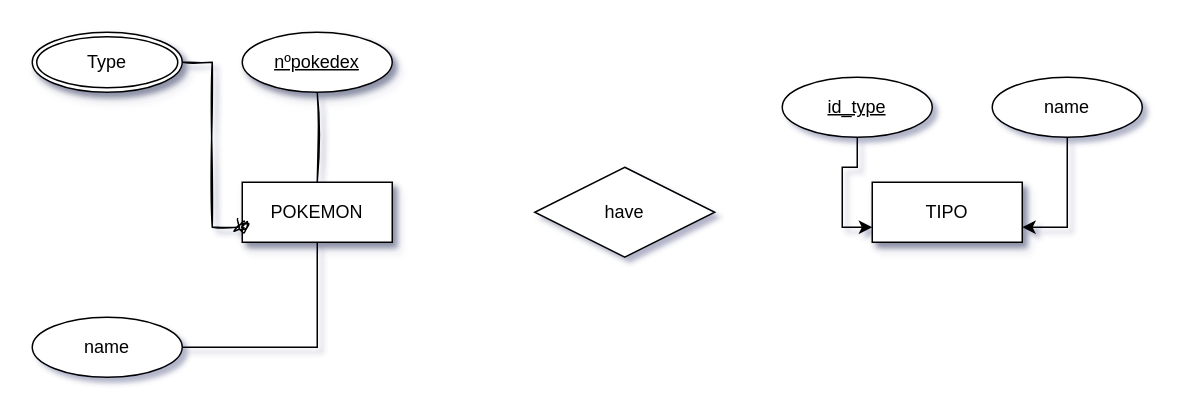
Before: POKEAPI(ER).drawio in Mharis13/Draw.io, a draw.io diagram. Source tidied: cells renumbered, new cells numbered last; positions are measured from the earlier drawing's top-left corner, leaving out a move shared by most shapes. Both pictures are drawn from the tidied source at 150%, with x=0, y=0 at pixel (32, 32).
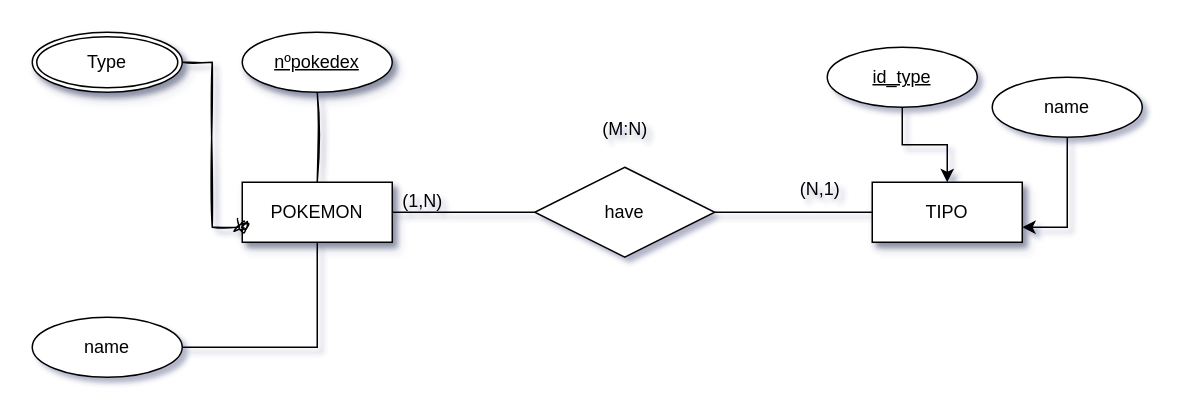
Above is the later version.

Change to the diagram source:
```diff
@@
 <mxGraphModel shadow="1">
   <root>
     <mxCell id="0" />
     <mxCell id="1" parent="0" />
+    <mxCell id="15" style="edgeStyle=orthogonalEdgeStyle;rounded=0;jettySize=auto;html=1;endArrow=none;endFill=0;" parent="1" edge="1" source="2" target="14">
+      <mxGeometry relative="1" as="geometry" />
+    </mxCell>
     <mxCell id="2" value="POKEMON" style="whiteSpace=wrap;html=1;align=center;rounded=0;glass=0;shadow=1;" parent="1" vertex="1">
       <mxGeometry x="140" y="100" width="100" height="40" as="geometry" />
     </mxCell>
     <mxCell id="3" value="TIPO" style="whiteSpace=wrap;html=1;align=center;rounded=0;shadow=1;" parent="1" vertex="1">
       <mxGeometry x="560" y="100" width="100" height="40" as="geometry" />
     </mxCell>
     <mxCell id="4" style="rounded=0;jettySize=auto;html=1;entryX=0;entryY=0.75;entryDx=0;entryDy=0;edgeStyle=orthogonalEdgeStyle;endArrow=oval;endFill=0;sketch=1;curveFitting=1;jiggle=2;" parent="1" edge="1" source="5" target="2">
       <mxGeometry relative="1" as="geometry" />
     </mxCell>
     <mxCell id="5" value="Type" style="ellipse;shape=doubleEllipse;margin=3;whiteSpace=wrap;html=1;align=center;rounded=0;shadow=1;" parent="1" vertex="1">
       <mxGeometry width="100" height="40" as="geometry" />
     </mxCell>
     <mxCell id="6" style="edgeStyle=orthogonalEdgeStyle;rounded=0;jettySize=auto;html=1;endArrow=none;endFill=0;sketch=1;curveFitting=1;jiggle=2;" parent="1" edge="1" source="7" target="2">
       <mxGeometry relative="1" as="geometry" />
     </mxCell>
     <mxCell id="7" value="&lt;div&gt;nºpokedex&lt;/div&gt;" style="ellipse;whiteSpace=wrap;html=1;align=center;fontStyle=4;rounded=0;shadow=1;" parent="1" vertex="1">
       <mxGeometry x="140" width="100" height="40" as="geometry" />
     </mxCell>
     <mxCell id="8" style="edgeStyle=orthogonalEdgeStyle;rounded=0;jettySize=auto;html=1;endArrow=none;endFill=0;" parent="1" edge="1" source="9" target="2">
       <mxGeometry relative="1" as="geometry" />
     </mxCell>
     <mxCell id="9" value="name" style="ellipse;whiteSpace=wrap;html=1;align=center;" parent="1" vertex="1">
       <mxGeometry y="190" width="100" height="40" as="geometry" />
     </mxCell>
-    <mxCell id="10" style="edgeStyle=orthogonalEdgeStyle;rounded=0;jettySize=auto;html=1;entryX=0;entryY=0.75;entryDx=0;entryDy=0;" parent="1" edge="1" source="11" target="3">
+    <mxCell id="10" style="edgeStyle=orthogonalEdgeStyle;rounded=0;jettySize=auto;html=1;entryX=0.5;entryY=0;entryDx=0;entryDy=0;" parent="1" edge="1" source="11" target="3">
       <mxGeometry relative="1" as="geometry" />
     </mxCell>
     <mxCell id="11" value="&lt;div&gt;id_type&lt;/div&gt;" style="ellipse;whiteSpace=wrap;html=1;align=center;fontStyle=4;" parent="1" vertex="1">
-      <mxGeometry x="500" y="30" width="100" height="40" as="geometry" />
+      <mxGeometry x="530" y="10" width="100" height="40" as="geometry" />
     </mxCell>
     <mxCell id="12" style="edgeStyle=orthogonalEdgeStyle;rounded=0;jettySize=auto;html=1;entryX=1;entryY=0.75;entryDx=0;entryDy=0;" parent="1" edge="1" source="13" target="3">
       <mxGeometry relative="1" as="geometry" />
     </mxCell>
     <mxCell id="13" value="&lt;div&gt;name&lt;/div&gt;" style="ellipse;whiteSpace=wrap;html=1;align=center;" parent="1" vertex="1">
       <mxGeometry x="640" y="30" width="100" height="40" as="geometry" />
     </mxCell>
+    <mxCell id="16" style="edgeStyle=orthogonalEdgeStyle;rounded=0;jettySize=auto;html=1;exitX=1;exitY=0.5;exitDx=0;exitDy=0;endArrow=none;endFill=0;" parent="1" edge="1" source="14" target="3">
+      <mxGeometry relative="1" as="geometry" />
+    </mxCell>
     <mxCell id="14" value="have" style="shape=rhombus;perimeter=rhombusPerimeter;whiteSpace=wrap;html=1;align=center;" parent="1" vertex="1">
       <mxGeometry x="335" y="90" width="120" height="60" as="geometry" />
     </mxCell>
+    <mxCell id="17" value="(M:N)" style="text;html=1;align=center;verticalAlign=middle;strokeColor=none;fillColor=none;" parent="1" vertex="1">
+      <mxGeometry x="370" y="50" width="50" height="30" as="geometry" />
+    </mxCell>
+    <mxCell id="18" value="(1,N)" style="text;html=1;align=center;verticalAlign=middle;strokeColor=none;fillColor=none;" parent="1" vertex="1">
+      <mxGeometry x="235" y="98" width="50" height="30" as="geometry" />
+    </mxCell>
+    <mxCell id="19" value="(N,1)" style="text;html=1;align=center;verticalAlign=middle;strokeColor=none;fillColor=none;" parent="1" vertex="1">
+      <mxGeometry x="500" y="90" width="50" height="30" as="geometry" />
+    </mxCell>
   </root>
 </mxGraphModel>
```
